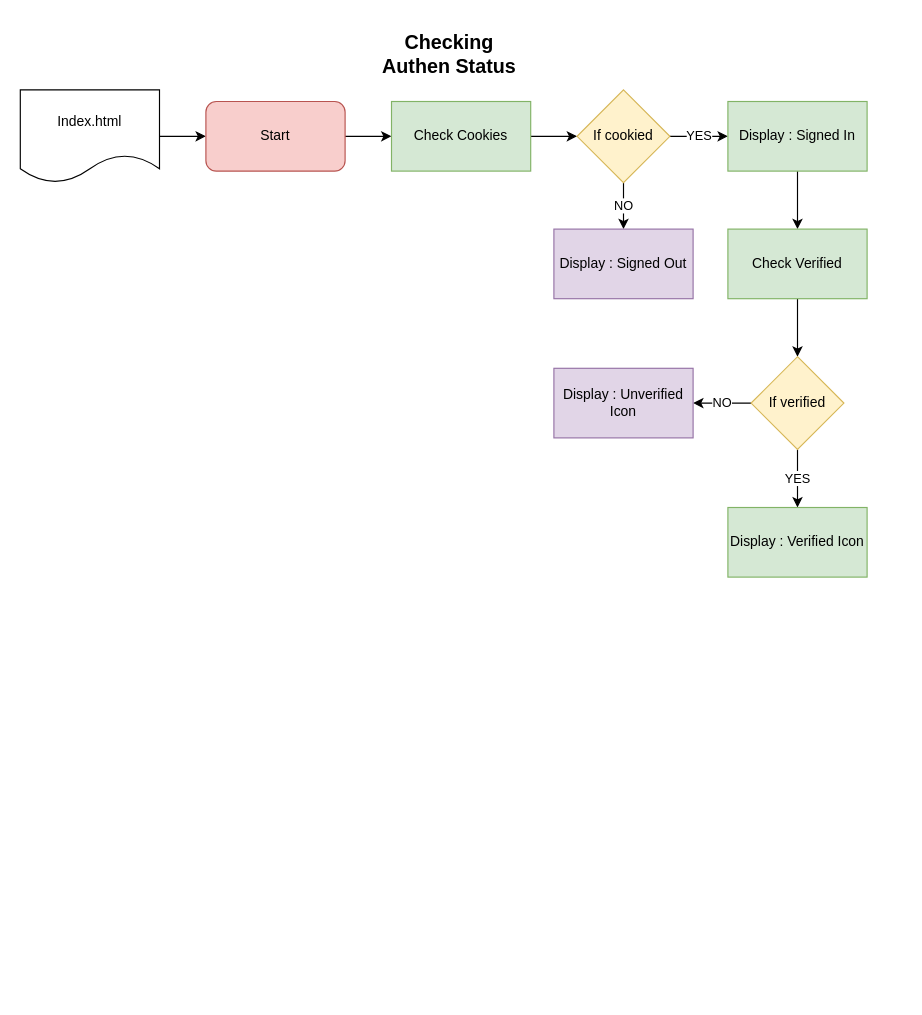
Earlier version of the draw.io diagram Untitled Diagram.drawio (klinsc/klinsc.github.io). Source tidied: cells renumbered, new cells numbered last; positions are measured from the earlier drawing's top-left corner, leaving out a move shared by most shapes. Both pictures are drawn from the tidied source at 116%, with x=0, y=0 at pixel (20, 43).
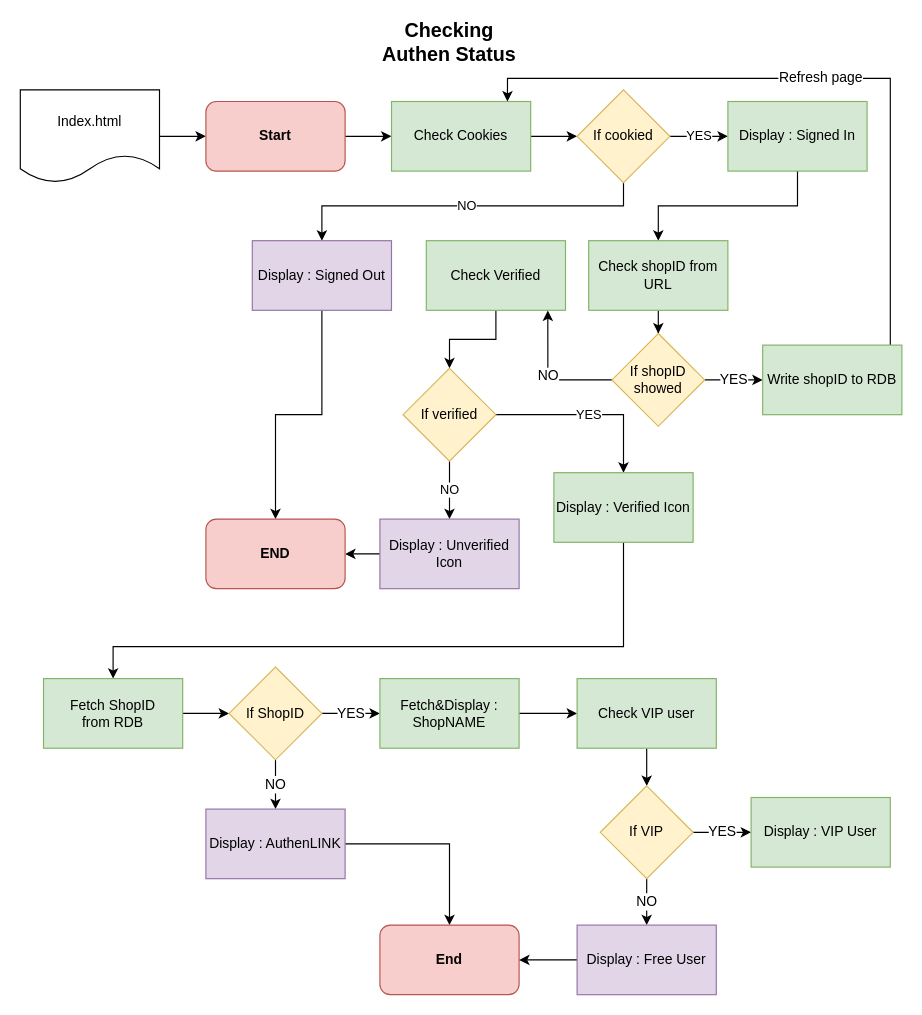
Above is the later version.

The change refers to these unchanged cells:
```xml
<mxCell id="7" value="Check Cookies" style="rounded=0;whiteSpace=wrap;html=1;fillColor=#d5e8d4;strokeColor=#82b366;" parent="1" vertex="1">
  <mxGeometry x="320" y="50" width="120" height="60" as="geometry" />
</mxCell>
<mxCell id="10" value="If cookied" style="rhombus;whiteSpace=wrap;html=1;fillColor=#fff2cc;strokeColor=#d6b656;" parent="1" vertex="1">
  <mxGeometry x="480" y="40" width="80" height="80" as="geometry" />
</mxCell>
<mxCell id="13" value="Display : Signed In" style="rounded=0;whiteSpace=wrap;html=1;fillColor=#d5e8d4;strokeColor=#82b366;" parent="1" vertex="1">
  <mxGeometry x="610" y="50" width="120" height="60" as="geometry" />
</mxCell>
```

Change to the diagram source:
```diff
@@
-    <mxCell id="5" value="Start" style="rounded=1;whiteSpace=wrap;html=1;fillColor=#f8cecc;strokeColor=#b85450;" parent="1" vertex="1">
+    <mxCell id="5" value="&lt;b&gt;Start&lt;/b&gt;" style="rounded=1;whiteSpace=wrap;html=1;fillColor=#f8cecc;strokeColor=#b85450;" parent="1" vertex="1">
       <mxGeometry x="160" y="50" width="120" height="60" as="geometry" />
     </mxCell>
@@
     <mxCell id="9" value="NO" style="edgeStyle=orthogonalEdgeStyle;rounded=0;jettySize=auto;html=1;" parent="1" edge="1" source="10" target="14">
-      <mxGeometry relative="1" as="geometry" />
+      <mxGeometry relative="1" as="geometry">
+        <Array as="points">
+          <mxPoint x="520" y="140" />
+          <mxPoint x="260" y="140" />
+        </Array>
+      </mxGeometry>
     </mxCell>
@@
     <mxCell id="11" value="Checking Authen Status" style="text;html=1;strokeColor=none;fillColor=none;align=center;verticalAlign=middle;whiteSpace=wrap;rounded=0;fontSize=17;fontStyle=1;" parent="1" vertex="1">
-      <mxGeometry x="300" width="140" height="20" as="geometry" />
+      <mxGeometry x="300" y="-10" width="140" height="20" as="geometry" />
     </mxCell>
-    <mxCell id="12" style="edgeStyle=orthogonalEdgeStyle;rounded=0;jettySize=auto;html=1;" parent="1" edge="1" source="13" target="16">
-      <mxGeometry relative="1" as="geometry" />
-    </mxCell>
+    <mxCell id="22" style="edgeStyle=orthogonalEdgeStyle;rounded=0;jettySize=auto;html=1;fontSize=12;" parent="1" edge="1" source="13" target="28">
+      <mxGeometry relative="1" as="geometry" />
+    </mxCell>
@@
+    <mxCell id="23" style="edgeStyle=orthogonalEdgeStyle;rounded=0;jettySize=auto;html=1;fontSize=12;" parent="1" edge="1" source="14" target="26">
+      <mxGeometry relative="1" as="geometry" />
+    </mxCell>
     <mxCell id="14" value="Display : Signed Out" style="rounded=0;whiteSpace=wrap;html=1;fillColor=#e1d5e7;strokeColor=#9673a6;" parent="1" vertex="1">
-      <mxGeometry x="460" y="160" width="120" height="60" as="geometry" />
+      <mxGeometry x="200" y="170" width="120" height="60" as="geometry" />
     </mxCell>
@@
     <mxCell id="16" value="Check Verified" style="rounded=0;whiteSpace=wrap;html=1;fillColor=#d5e8d4;strokeColor=#82b366;" parent="1" vertex="1">
-      <mxGeometry x="610" y="160" width="120" height="60" as="geometry" />
+      <mxGeometry x="350" y="170" width="120" height="60" as="geometry" />
     </mxCell>
@@
     <mxCell id="19" value="If verified" style="rhombus;whiteSpace=wrap;html=1;fillColor=#fff2cc;strokeColor=#d6b656;" parent="1" vertex="1">
-      <mxGeometry x="630" y="270" width="80" height="80" as="geometry" />
+      <mxGeometry x="330" y="280" width="80" height="80" as="geometry" />
     </mxCell>
+    <mxCell id="24" style="edgeStyle=orthogonalEdgeStyle;rounded=0;jettySize=auto;html=1;exitX=0.5;exitY=1;exitDx=0;exitDy=0;entryX=0.5;entryY=0;entryDx=0;entryDy=0;fontSize=12;" parent="1" edge="1" source="20" target="33">
+      <mxGeometry relative="1" as="geometry">
+        <Array as="points">
+          <mxPoint x="520" y="520" />
+          <mxPoint x="80" y="520" />
+        </Array>
+      </mxGeometry>
+    </mxCell>
     <mxCell id="20" value="Display : Verified Icon" style="rounded=0;whiteSpace=wrap;html=1;fillColor=#d5e8d4;strokeColor=#82b366;" parent="1" vertex="1">
-      <mxGeometry x="610" y="400" width="120" height="60" as="geometry" />
+      <mxGeometry x="460" y="370" width="120" height="60" as="geometry" />
     </mxCell>
+    <mxCell id="25" style="edgeStyle=orthogonalEdgeStyle;rounded=0;jettySize=auto;html=1;fontSize=12;" parent="1" edge="1" source="21" target="26">
+      <mxGeometry relative="1" as="geometry" />
+    </mxCell>
     <mxCell id="21" value="&lt;span&gt;Display : Unverified Icon&lt;/span&gt;" style="rounded=0;whiteSpace=wrap;html=1;fillColor=#e1d5e7;strokeColor=#9673a6;" parent="1" vertex="1">
-      <mxGeometry x="460" y="280" width="120" height="60" as="geometry" />
+      <mxGeometry x="310" y="410" width="120" height="60" as="geometry" />
     </mxCell>
+    <mxCell id="26" value="&lt;b&gt;END&lt;/b&gt;" style="rounded=1;whiteSpace=wrap;html=1;fontSize=12;fillColor=#f8cecc;strokeColor=#b85450;" parent="1" vertex="1">
+      <mxGeometry x="160" y="410" width="120" height="60" as="geometry" />
+    </mxCell>
+    <mxCell id="27" style="edgeStyle=orthogonalEdgeStyle;rounded=0;jettySize=auto;html=1;fontSize=12;" parent="1" edge="1" source="28" target="31">
+      <mxGeometry relative="1" as="geometry" />
+    </mxCell>
+    <mxCell id="28" value="Check shopID from URL" style="rounded=0;whiteSpace=wrap;html=1;fillColor=#d5e8d4;strokeColor=#82b366;" parent="1" vertex="1">
+      <mxGeometry x="490" y="170" width="120" height="60" as="geometry" />
+    </mxCell>
+    <mxCell id="29" value="YES" style="edgeStyle=orthogonalEdgeStyle;rounded=0;jettySize=auto;html=1;fontSize=12;" parent="1" edge="1" source="31" target="43">
+      <mxGeometry relative="1" as="geometry" />
+    </mxCell>
+    <mxCell id="30" value="NO" style="edgeStyle=orthogonalEdgeStyle;rounded=0;jettySize=auto;html=1;entryX=0.873;entryY=1.003;entryDx=0;entryDy=0;entryPerimeter=0;fontSize=12;" parent="1" edge="1" source="31" target="16">
+      <mxGeometry relative="1" as="geometry" />
+    </mxCell>
+    <mxCell id="31" value="If shopID showed" style="rhombus;whiteSpace=wrap;html=1;fillColor=#fff2cc;strokeColor=#d6b656;" parent="1" vertex="1">
+      <mxGeometry x="510" y="250" width="80" height="80" as="geometry" />
+    </mxCell>
+    <mxCell id="32" style="edgeStyle=orthogonalEdgeStyle;rounded=0;jettySize=auto;html=1;fontSize=12;" parent="1" edge="1" source="33" target="36">
+      <mxGeometry relative="1" as="geometry" />
+    </mxCell>
+    <mxCell id="33" value="Fetch ShopID&lt;br&gt;from RDB" style="rounded=0;whiteSpace=wrap;html=1;fillColor=#d5e8d4;strokeColor=#82b366;" parent="1" vertex="1">
+      <mxGeometry x="20" y="547.5" width="120" height="60" as="geometry" />
+    </mxCell>
+    <mxCell id="34" value="YES" style="edgeStyle=orthogonalEdgeStyle;rounded=0;jettySize=auto;html=1;fontSize=12;" parent="1" edge="1" source="36">
+      <mxGeometry relative="1" as="geometry">
+        <mxPoint x="310" y="577.5" as="targetPoint" />
+      </mxGeometry>
+    </mxCell>
+    <mxCell id="35" value="NO" style="edgeStyle=orthogonalEdgeStyle;rounded=0;jettySize=auto;html=1;fontSize=12;" parent="1" edge="1" source="36">
+      <mxGeometry relative="1" as="geometry">
+        <mxPoint x="220" y="660" as="targetPoint" />
+      </mxGeometry>
+    </mxCell>
+    <mxCell id="36" value="If ShopID" style="rhombus;whiteSpace=wrap;html=1;fillColor=#fff2cc;strokeColor=#d6b656;" parent="1" vertex="1">
+      <mxGeometry x="180" y="537.5" width="80" height="80" as="geometry" />
+    </mxCell>
+    <mxCell id="37" style="edgeStyle=orthogonalEdgeStyle;rounded=0;jettySize=auto;html=1;entryX=0.5;entryY=0;entryDx=0;entryDy=0;fontSize=12;" parent="1" edge="1" source="38" target="41">
+      <mxGeometry relative="1" as="geometry" />
+    </mxCell>
+    <mxCell id="38" value="Display : AuthenLINK" style="rounded=0;whiteSpace=wrap;html=1;fillColor=#e1d5e7;strokeColor=#9673a6;" parent="1" vertex="1">
+      <mxGeometry x="160" y="660" width="120" height="60" as="geometry" />
+    </mxCell>
+    <mxCell id="39" style="edgeStyle=orthogonalEdgeStyle;rounded=0;jettySize=auto;html=1;fontSize=12;" parent="1" edge="1" source="40" target="45">
+      <mxGeometry relative="1" as="geometry" />
+    </mxCell>
+    <mxCell id="40" value="Fetch&amp;amp;Display : ShopNAME" style="rounded=0;whiteSpace=wrap;html=1;fillColor=#d5e8d4;strokeColor=#82b366;" parent="1" vertex="1">
+      <mxGeometry x="310" y="547.5" width="120" height="60" as="geometry" />
+    </mxCell>
+    <mxCell id="41" value="&lt;b&gt;End&lt;br&gt;&lt;/b&gt;" style="rounded=1;whiteSpace=wrap;html=1;fontSize=12;fillColor=#f8cecc;strokeColor=#b85450;" parent="1" vertex="1">
+      <mxGeometry x="310" y="760" width="120" height="60" as="geometry" />
+    </mxCell>
+    <mxCell id="42" value="Refresh page" style="edgeStyle=orthogonalEdgeStyle;rounded=0;jettySize=auto;html=1;entryX=0.833;entryY=0;entryDx=0;entryDy=0;entryPerimeter=0;fontSize=12;" parent="1" edge="1" source="43" target="7">
+      <mxGeometry relative="1" as="geometry">
+        <Array as="points">
+          <mxPoint x="750" y="30" />
+          <mxPoint x="420" y="30" />
+        </Array>
+      </mxGeometry>
+    </mxCell>
+    <mxCell id="43" value="Write shopID to RDB" style="rounded=0;whiteSpace=wrap;html=1;fillColor=#d5e8d4;strokeColor=#82b366;" parent="1" vertex="1">
+      <mxGeometry x="640" y="260" width="120" height="60" as="geometry" />
+    </mxCell>
+    <mxCell id="44" style="edgeStyle=orthogonalEdgeStyle;rounded=0;jettySize=auto;html=1;fontSize=12;" parent="1" edge="1" source="45" target="48">
+      <mxGeometry relative="1" as="geometry" />
+    </mxCell>
+    <mxCell id="45" value="Check VIP user" style="rounded=0;whiteSpace=wrap;html=1;fillColor=#d5e8d4;strokeColor=#82b366;" parent="1" vertex="1">
+      <mxGeometry x="480" y="547.5" width="120" height="60" as="geometry" />
+    </mxCell>
+    <mxCell id="46" value="YES" style="edgeStyle=orthogonalEdgeStyle;rounded=0;jettySize=auto;html=1;fontSize=12;" parent="1" edge="1" source="48" target="49">
+      <mxGeometry relative="1" as="geometry" />
+    </mxCell>
+    <mxCell id="47" value="NO" style="edgeStyle=orthogonalEdgeStyle;rounded=0;jettySize=auto;html=1;fontSize=12;" parent="1" edge="1" source="48" target="51">
+      <mxGeometry relative="1" as="geometry" />
+    </mxCell>
+    <mxCell id="48" value="If VIP" style="rhombus;whiteSpace=wrap;html=1;fillColor=#fff2cc;strokeColor=#d6b656;" parent="1" vertex="1">
+      <mxGeometry x="500" y="640" width="80" height="80" as="geometry" />
+    </mxCell>
+    <mxCell id="49" value="Display : VIP User" style="rounded=0;whiteSpace=wrap;html=1;fillColor=#d5e8d4;strokeColor=#82b366;" parent="1" vertex="1">
+      <mxGeometry x="630" y="650" width="120" height="60" as="geometry" />
+    </mxCell>
+    <mxCell id="50" style="edgeStyle=orthogonalEdgeStyle;rounded=0;jettySize=auto;html=1;entryX=1;entryY=0.5;entryDx=0;entryDy=0;fontSize=12;" parent="1" edge="1" source="51" target="41">
+      <mxGeometry relative="1" as="geometry" />
+    </mxCell>
+    <mxCell id="51" value="Display : Free User" style="rounded=0;whiteSpace=wrap;html=1;fillColor=#e1d5e7;strokeColor=#9673a6;" parent="1" vertex="1">
+      <mxGeometry x="480" y="760" width="120" height="60" as="geometry" />
+    </mxCell>
```
